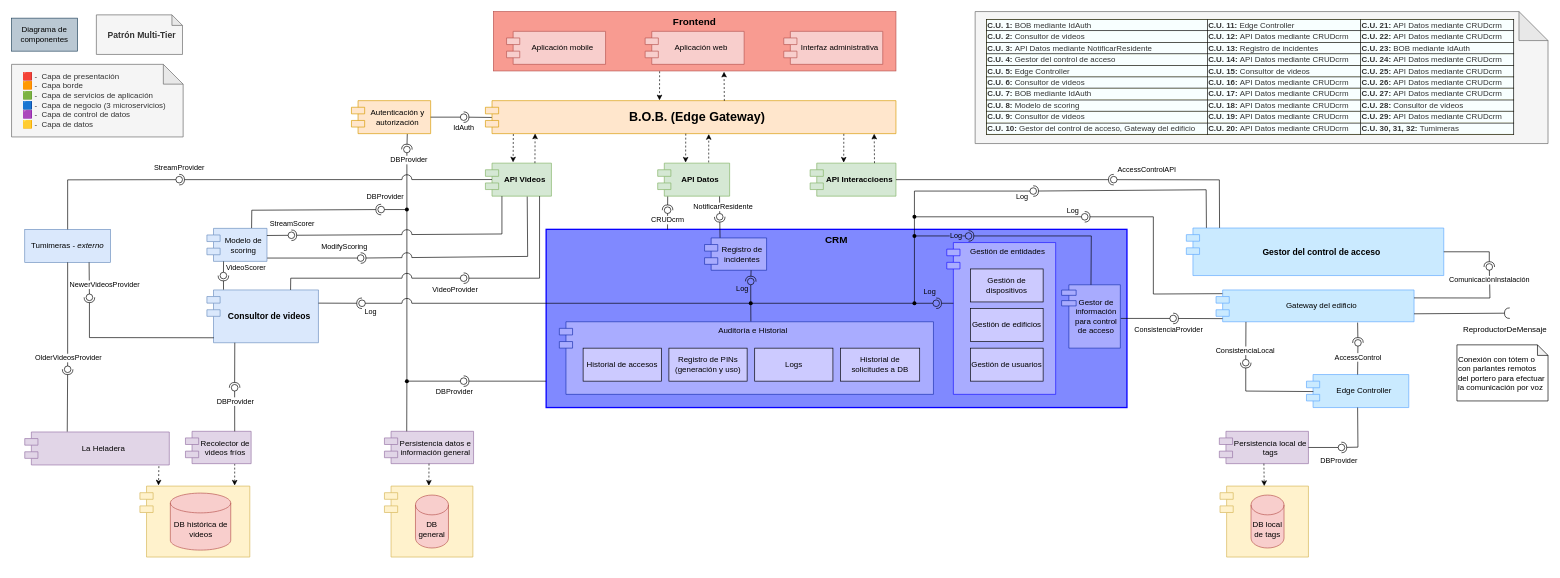
Earlier version of the draw.io diagram Documentación de la arquitectura/Diagramas/Editables-drawio/Diagrama-de-componentes.drawio (LIMoreno04/Caso-de-estudio---WolfSys---Arquitectura). Source tidied: cells renumbered, new cells numbered last; positions are measured from the earlier drawing's top-left corner, leaving out a move shared by most shapes. Both pictures are drawn from the tidied source at 66%, with x=0, y=0 at pixel (11, 11).
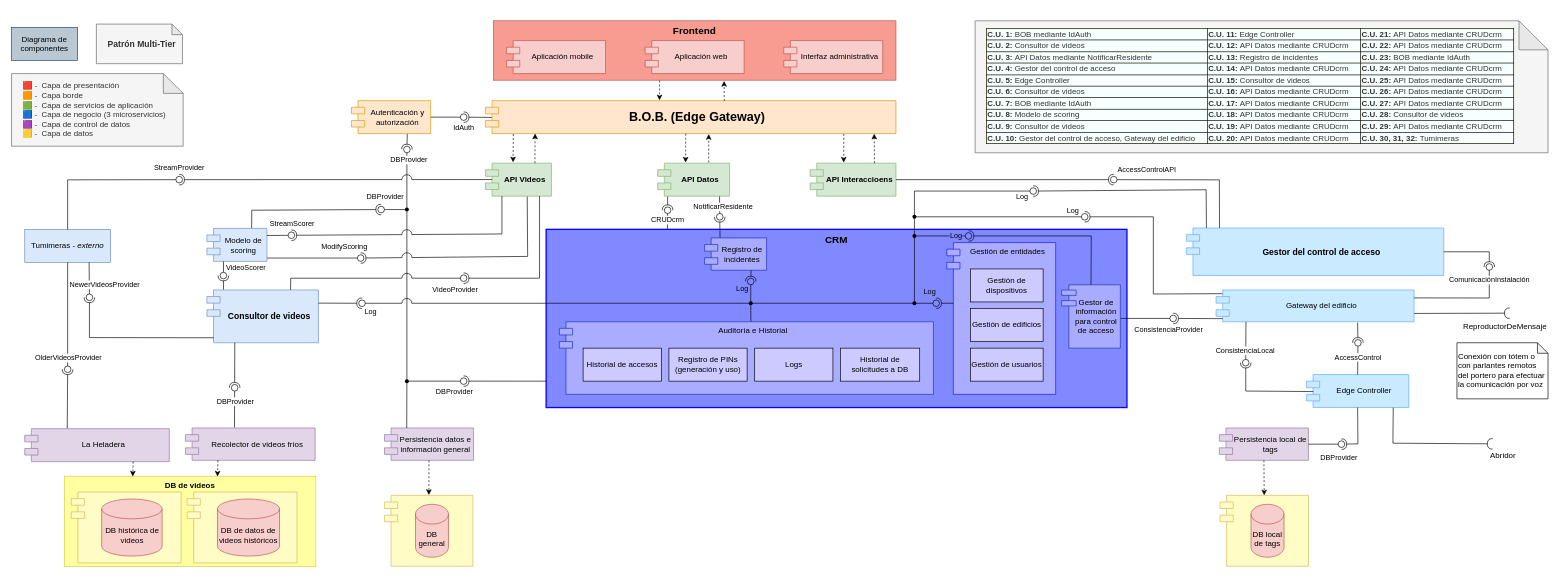
Above is the later version.

Commit message (it also covers changes not shown here):
Diagrama de despliegue casi terminado

The change refers to these unchanged cells:
```xml
<mxCell id="113" style="ellipse;whiteSpace=wrap;html=1;align=center;fillColor=none;strokeColor=none;perimeter=centerPerimeter;points=[];outlineConnect=1;" parent="1" vertex="1">
  <mxGeometry x="333" y="565" width="10" height="10" as="geometry" />
</mxCell>
<mxCell id="116" value="Gateway del edificio" style="shape=module;align=left;spacingLeft=20;align=center;verticalAlign=middle;whiteSpace=wrap;html=1;fillColor=#CAEAFF;strokeColor=#5DA8FF;" parent="1" vertex="1">
  <mxGeometry x="1825" y="421.8" width="300" height="48.2" as="geometry" />
</mxCell>
<mxCell id="117" value="Edge Controller" style="shape=module;align=left;spacingLeft=20;align=center;verticalAlign=middle;whiteSpace=wrap;html=1;fillColor=#CAEAFF;strokeColor=#5DA8FF;" parent="1" vertex="1">
  <mxGeometry x="1962" y="550" width="155" height="50" as="geometry" />
</mxCell>
<mxCell id="134" style="ellipse;whiteSpace=wrap;html=1;align=center;fillColor=none;strokeColor=none;perimeter=centerPerimeter;points=[];outlineConnect=1;" parent="1" vertex="1">
  <mxGeometry x="2234" y="382" width="10" height="10" as="geometry" />
</mxCell>
```

The edit, as a diff of the source:
```diff
@@
+    <mxCell id="184" value="&lt;b&gt;DB de videos&lt;/b&gt;" style="rounded=0;whiteSpace=wrap;html=1;fillColor=#FFFFA1;strokeColor=#D6CC47;align=center;verticalAlign=top;" parent="1" vertex="1">
+      <mxGeometry x="80" y="704" width="381" height="137" as="geometry" />
+    </mxCell>
@@
     <mxCell id="7" value="Frontend" style="rounded=0;whiteSpace=wrap;html=1;align=center;verticalAlign=top;fontStyle=1;fontSize=15;fillColor=#F89B91;strokeColor=#b85450;" parent="1" vertex="1">
-      <mxGeometry x="730" width="610" height="90" as="geometry" />
+      <mxGeometry x="730" y="14" width="610" height="90" as="geometry" />
     </mxCell>
     <mxCell id="8" value="Interfaz administrativa" style="shape=module;align=left;spacingLeft=20;align=center;verticalAlign=middle;whiteSpace=wrap;html=1;fillColor=#f8cecc;strokeColor=#b85450;" parent="1" vertex="1">
-      <mxGeometry x="1170" y="30" width="150" height="50" as="geometry" />
+      <mxGeometry x="1170" y="44" width="150" height="50" as="geometry" />
     </mxCell>
@@
     <mxCell id="20" style="group;" parent="1" vertex="1">
-      <mxGeometry x="565" y="719" width="134" height="107.5" as="geometry" />
+      <mxGeometry x="565" y="733" width="134" height="107.5" as="geometry" />
     </mxCell>
-    <mxCell id="21" style="shape=module;align=left;spacingLeft=20;align=center;verticalAlign=top;whiteSpace=wrap;html=1;fillColor=#fff2cc;strokeColor=#d6b656;" parent="20" vertex="1">
+    <mxCell id="21" style="shape=module;align=left;spacingLeft=20;align=center;verticalAlign=top;whiteSpace=wrap;html=1;fillColor=#FFFDC5;strokeColor=#d6b656;" parent="20" vertex="1">
       <mxGeometry width="134" height="107.5" as="geometry" />
     </mxCell>
@@
     <mxCell id="33" style="group;" parent="1" vertex="1">
-      <mxGeometry x="194.5" y="719" width="166.5" height="107.5" as="geometry" />
+      <mxGeometry x="90.5" y="728" width="166.5" height="107.5" as="geometry" />
     </mxCell>
-    <mxCell id="34" style="shape=module;align=left;spacingLeft=20;align=center;verticalAlign=top;whiteSpace=wrap;html=1;fillColor=#fff2cc;strokeColor=#d6b656;" parent="33" vertex="1">
+    <mxCell id="34" style="shape=module;align=left;spacingLeft=20;align=center;verticalAlign=top;whiteSpace=wrap;html=1;fillColor=light-dark(#fffdc5, #281d00);strokeColor=#d6b656;" parent="33" vertex="1">
       <mxGeometry width="166.5" height="107.5" as="geometry" />
     </mxCell>
@@
     <mxCell id="36" value="La Heladera" style="shape=module;align=left;spacingLeft=20;align=center;verticalAlign=middle;whiteSpace=wrap;html=1;fillColor=#e1d5e7;strokeColor=#9673a6;" parent="1" vertex="1">
-      <mxGeometry x="20" y="637" width="219" height="50" as="geometry" />
+      <mxGeometry x="20" y="632" width="219" height="50" as="geometry" />
     </mxCell>
@@
     <mxCell id="48" value="Persistencia datos e información general" style="shape=module;align=left;spacingLeft=20;align=center;verticalAlign=middle;whiteSpace=wrap;html=1;fillColor=#e1d5e7;strokeColor=#9673a6;" parent="1" vertex="1">
-      <mxGeometry x="565" y="636" width="135" height="49" as="geometry" />
+      <mxGeometry x="565" y="631" width="135" height="49" as="geometry" />
     </mxCell>
@@
     <mxCell id="50" value="Aplicación web" style="shape=module;align=left;spacingLeft=20;align=center;verticalAlign=middle;whiteSpace=wrap;html=1;fillColor=#f8cecc;strokeColor=#b85450;" parent="1" vertex="1">
-      <mxGeometry x="960" y="30" width="150" height="50" as="geometry" />
+      <mxGeometry x="960" y="44" width="150" height="50" as="geometry" />
     </mxCell>
     <mxCell id="51" value="Aplicación mobile" style="shape=module;align=left;spacingLeft=20;align=center;verticalAlign=middle;whiteSpace=wrap;html=1;fillColor=#f8cecc;strokeColor=#b85450;" parent="1" vertex="1">
-      <mxGeometry x="750" y="30" width="150" height="50" as="geometry" />
+      <mxGeometry x="750" y="44" width="150" height="50" as="geometry" />
     </mxCell>
@@
-    <mxCell id="73" style="endArrow=classic;html=1;rounded=0;exitX=0.75;exitY=1;exitDx=0;exitDy=0;entryX=0.862;entryY=-0.007;entryDx=0;entryDy=0;dashed=1;entryPerimeter=0;" parent="1" edge="1" source="110" target="34">
-      <mxGeometry relative="1" as="geometry" />
-    </mxCell>
-    <mxCell id="74" style="endArrow=classic;html=1;rounded=0;exitX=0.928;exitY=1.036;exitDx=0;exitDy=0;entryX=0.169;entryY=-0.009;entryDx=0;entryDy=0;dashed=1;exitPerimeter=0;entryPerimeter=0;" parent="1" edge="1" source="36" target="34">
-      <mxGeometry relative="1" as="geometry" />
-    </mxCell>
@@
     <mxCell id="110" value="Recolector de videos fríos" style="shape=module;align=left;spacingLeft=20;align=center;verticalAlign=middle;whiteSpace=wrap;html=1;fillColor=#e1d5e7;strokeColor=#9673a6;" parent="1" vertex="1">
-      <mxGeometry x="263.5" y="636" width="99.5" height="49" as="geometry" />
+      <mxGeometry x="263.5" y="631" width="196.5" height="49" as="geometry" />
     </mxCell>
@@
-    <mxCell id="112" style="rounded=0;jettySize=auto;html=1;endArrow=oval;endFill=0;sketch=0;sourcePerimeterSpacing=0;targetPerimeterSpacing=0;endSize=10;exitX=0.75;exitY=0;exitDx=0;exitDy=0;" parent="1" edge="1" source="110" target="113">
+    <mxCell id="112" style="rounded=0;jettySize=auto;html=1;endArrow=oval;endFill=0;sketch=0;sourcePerimeterSpacing=0;targetPerimeterSpacing=0;endSize=10;exitX=0.378;exitY=-0.017;exitDx=0;exitDy=0;exitPerimeter=0;" parent="1" edge="1" source="110" target="113">
       <mxGeometry relative="1" as="geometry" />
     </mxCell>
@@
     <mxCell id="115" value="&lt;table style=&quot;border: 1px solid rgb(0, 0, 0); border-collapse: collapse; background-color: rgb(255, 255, 153);&quot; border=&quot;1&quot;&gt;&lt;tbody&gt;&lt;tr&gt;&lt;td style=&quot;border-collapse: collapse; border-color: rgb(0, 0, 0); background-color: light-dark(rgb(248, 255, 255), rgb(31, 31, 0));&quot; border=&quot;1&quot;&gt;&lt;span style=&quot;&quot;&gt;&lt;b style=&quot;&quot;&gt;C.U. 1&lt;span style=&quot;&quot;&gt;:&lt;/span&gt;&lt;/b&gt;&lt;span style=&quot;&quot;&gt;&amp;nbsp;BOB mediante IdAuth&lt;/span&gt;&lt;/span&gt;&lt;/td&gt;&lt;td style=&quot;background-color: light-dark(rgb(248, 255, 255), rgb(31, 31, 0));&quot;&gt;&lt;span style=&quot;&quot;&gt;&lt;b style=&quot;&quot;&gt;C.U. 11:&lt;/b&gt;&lt;span&gt;&amp;nbsp;Edge Controller&lt;/span&gt;&lt;/span&gt;&lt;/td&gt;&lt;td style=&quot;background-color: light-dark(rgb(248, 255, 255), rgb(31, 31, 0));&quot;&gt;&lt;span style=&quot;&quot;&gt;&lt;span&gt;&lt;b style=&quot;&quot;&gt;C.U&lt;span style=&quot;&quot;&gt;. 21:&amp;nbsp;&lt;/span&gt;&lt;/b&gt;&lt;span&gt;API Datos mediante CRUDc&lt;/span&gt;&lt;span style=&quot;&quot;&gt;r&lt;/span&gt;m&amp;nbsp; &lt;/span&gt;&amp;nbsp; &amp;nbsp;&lt;/span&gt;&lt;/td&gt;&lt;/tr&gt;&lt;tr&gt;&lt;td style=&quot;background-color: light-dark(rgb(248, 255, 255), rgb(31, 31, 0));&quot;&gt;&lt;span style=&quot;&quot;&gt;&lt;b&gt;C.U. 2:&lt;/b&gt;&amp;nbsp;Consultor de videos&lt;/span&gt;&lt;/td&gt;&lt;td style=&quot;background-color: light-dark(rgb(248, 255, 255), rgb(31, 31, 0));&quot;&gt;&lt;span style=&quot;&quot;&gt;&lt;b&gt;C.U. 12:&lt;/b&gt;&lt;span&gt;&amp;nbsp;&lt;/span&gt;&lt;span&gt;API Datos mediante CRUDcrm&amp;nbsp; &amp;nbsp; &amp;nbsp;&lt;/span&gt;&lt;/span&gt;&lt;/td&gt;&lt;td style=&quot;background-color: light-dark(rgb(248, 255, 255), rgb(31, 31, 0));&quot;&gt;&lt;span style=&quot;&quot;&gt;&lt;b style=&quot;&quot;&gt;C.U. 22:&lt;/b&gt;&amp;nbsp;&lt;span&gt;API Datos mediante CRUDcrm&lt;/span&gt;&lt;/span&gt;&lt;/td&gt;&lt;/tr&gt;&lt;tr&gt;&lt;td style=&quot;background-color: light-dark(rgb(248, 255, 255), rgb(31, 31, 0));&quot;&gt;&lt;span style=&quot;&quot;&gt;&lt;b&gt;C.U. 3:&lt;/b&gt;&amp;nbsp;API Datos mediante &lt;span&gt;NotificarResidente&lt;/span&gt;&lt;/span&gt;&lt;/td&gt;&lt;td style=&quot;background-color: light-dark(rgb(248, 255, 255), rgb(31, 31, 0));&quot;&gt;&lt;span style=&quot;&quot;&gt;&lt;b&gt;C.U. 13:&lt;/b&gt;&lt;span&gt;&amp;nbsp;Registro de incidentes&lt;/span&gt;&lt;/span&gt;&lt;/td&gt;&lt;td style=&quot;background-color: light-dark(rgb(248, 255, 255), rgb(31, 31, 0));&quot;&gt;&lt;span style=&quot;&quot;&gt;&lt;b style=&quot;&quot;&gt;C.U. 23:&lt;/b&gt;&amp;nbsp;&lt;span&gt;BOB mediante IdAuth&lt;/span&gt;&lt;/span&gt;&lt;/td&gt;&lt;/tr&gt;&lt;tr&gt;&lt;td style=&quot;background-color: light-dark(rgb(248, 255, 255), rgb(31, 31, 0));&quot;&gt;&lt;span style=&quot;&quot;&gt;&lt;b&gt;C.U. 4:&lt;/b&gt;&amp;nbsp;Gestor del control de acceso&lt;/span&gt;&lt;/td&gt;&lt;td style=&quot;border-collapse: collapse; background-color: light-dark(rgb(248, 255, 255), rgb(31, 31, 0));&quot; border=&quot;1&quot;&gt;&lt;span style=&quot;&quot;&gt;&lt;b&gt;C.U. 14:&lt;/b&gt;&lt;span&gt;&amp;nbsp;API Datos mediante CRUDcrm&lt;/span&gt;&lt;/span&gt;&lt;/td&gt;&lt;td style=&quot;background-color: light-dark(rgb(248, 255, 255), rgb(31, 31, 0));&quot;&gt;&lt;span style=&quot;&quot;&gt;&lt;b style=&quot;&quot;&gt;C.U. 24:&lt;/b&gt;&amp;nbsp;&lt;span&gt;API Datos mediante CRUDcrm&lt;/span&gt;&lt;/span&gt;&lt;/td&gt;&lt;/tr&gt;&lt;tr&gt;&lt;td style=&quot;background-color: light-dark(rgb(248, 255, 255), rgb(31, 31, 0));&quot;&gt;&lt;span style=&quot;&quot;&gt;&lt;b&gt;C.U. 5:&lt;/b&gt;&amp;nbsp;Edge Controller&lt;/span&gt;&lt;/td&gt;&lt;td style=&quot;background-color: light-dark(rgb(248, 255, 255), rgb(31, 31, 0));&quot;&gt;&lt;span style=&quot;&quot;&gt;&lt;b&gt;C.U. 15:&lt;/b&gt;&lt;span&gt;&amp;nbsp;Consultor de videos&lt;/span&gt;&lt;/span&gt;&lt;/td&gt;&lt;td style=&quot;background-color: light-dark(rgb(248, 255, 255), rgb(31, 31, 0));&quot;&gt;&lt;span style=&quot;&quot;&gt;&lt;b style=&quot;&quot;&gt;C.U. 25:&lt;/b&gt;&amp;nbsp;&lt;span&gt;API Datos mediante CRUDcrm&lt;/span&gt;&lt;/span&gt;&lt;/td&gt;&lt;/tr&gt;&lt;tr&gt;&lt;td style=&quot;background-color: light-dark(rgb(248, 255, 255), rgb(31, 31, 0));&quot;&gt;&lt;span style=&quot;&quot;&gt;&lt;b&gt;C.U. 6:&lt;/b&gt;&amp;nbsp;Consultor de videos&lt;/span&gt;&lt;/td&gt;&lt;td style=&quot;background-color: light-dark(rgb(248, 255, 255), rgb(31, 31, 0));&quot;&gt;&lt;span style=&quot;&quot;&gt;&lt;b&gt;C.U. 16:&lt;/b&gt;&lt;span&gt;&amp;nbsp;API Datos mediante CRUDcrm&lt;/span&gt;&lt;/span&gt;&lt;/td&gt;&lt;td style=&quot;background-color: light-dark(rgb(248, 255, 255), rgb(31, 31, 0));&quot;&gt;&lt;span style=&quot;&quot;&gt;&lt;b style=&quot;&quot;&gt;C.U. 26:&lt;/b&gt;&amp;nbsp;&lt;span&gt;API Datos mediante CRUDcrm&lt;/span&gt;&lt;/span&gt;&lt;/td&gt;&lt;/tr&gt;&lt;tr&gt;&lt;td style=&quot;background-color: light-dark(rgb(248, 255, 255), rgb(31, 31, 0));&quot;&gt;&lt;span style=&quot;&quot;&gt;&lt;b&gt;C.U. 7:&lt;/b&gt;&amp;nbsp;&lt;span&gt;BOB mediante IdAuth&lt;/span&gt;&lt;/span&gt;&lt;/td&gt;&lt;td style=&quot;background-color: light-dark(rgb(248, 255, 255), rgb(31, 31, 0));&quot;&gt;&lt;span style=&quot;&quot;&gt;&lt;b&gt;C.U. 17:&lt;/b&gt;&lt;span&gt;&amp;nbsp;API Datos mediante CRUDcrm&lt;/span&gt;&lt;/span&gt;&lt;/td&gt;&lt;td style=&quot;background-color: light-dark(rgb(248, 255, 255), rgb(31, 31, 0));&quot;&gt;&lt;span style=&quot;&quot;&gt;&lt;b style=&quot;&quot;&gt;C.U. 27:&lt;/b&gt;&amp;nbsp;&lt;span&gt;API Datos mediante CRUDcrm&lt;/span&gt;&lt;/span&gt;&lt;/td&gt;&lt;/tr&gt;&lt;tr&gt;&lt;td style=&quot;background-color: light-dark(rgb(248, 255, 255), rgb(31, 31, 0));&quot;&gt;&lt;span style=&quot;&quot;&gt;&lt;b&gt;C.U. 8:&lt;/b&gt;&amp;nbsp;Modelo de scoring&lt;/span&gt;&lt;/td&gt;&lt;td style=&quot;background-color: light-dark(rgb(248, 255, 255), rgb(31, 31, 0));&quot;&gt;&lt;span style=&quot;&quot;&gt;&lt;b&gt;C.U. 18:&lt;/b&gt;&lt;span&gt;&amp;nbsp;&lt;/span&gt;&lt;span&gt;API Datos mediante CRUDcrm&lt;/span&gt;&lt;/span&gt;&lt;/td&gt;&lt;td style=&quot;background-color: light-dark(rgb(248, 255, 255), rgb(31, 31, 0));&quot;&gt;&lt;span style=&quot;&quot;&gt;&lt;b style=&quot;&quot;&gt;C.U. 28:&lt;/b&gt;&amp;nbsp;Consultor de videos&lt;/span&gt;&lt;/td&gt;&lt;/tr&gt;&lt;tr&gt;&lt;td style=&quot;background-color: light-dark(rgb(248, 255, 255), rgb(31, 31, 0));&quot;&gt;&lt;span style=&quot;&quot;&gt;&lt;b&gt;C.U. 9:&lt;/b&gt;&amp;nbsp;Consultor de videos&lt;/span&gt;&lt;/td&gt;&lt;td style=&quot;background-color: light-dark(rgb(248, 255, 255), rgb(31, 31, 0));&quot;&gt;&lt;span style=&quot;&quot;&gt;&lt;b&gt;C.U. 19:&lt;/b&gt;&lt;span&gt;&amp;nbsp;&lt;/span&gt;&lt;span&gt;API Datos mediante CRUDcrm&lt;/span&gt;&lt;/span&gt;&lt;/td&gt;&lt;td style=&quot;background-color: light-dark(rgb(248, 255, 255), rgb(31, 31, 0));&quot;&gt;&lt;span style=&quot;&quot;&gt;&lt;b style=&quot;&quot;&gt;C.U. 29:&lt;/b&gt;&amp;nbsp;&lt;span&gt;API Datos mediante CRUDcrm&lt;/span&gt;&lt;/span&gt;&lt;/td&gt;&lt;/tr&gt;&lt;tr&gt;&lt;td style=&quot;background-color: light-dark(rgb(248, 255, 255), rgb(31, 31, 0));&quot;&gt;&lt;span style=&quot;&quot;&gt;&lt;b&gt;C.U. 10:&lt;/b&gt;&amp;nbsp;Gestor del control de acceso, Gateway del edificio&amp;nbsp; &amp;nbsp; &amp;nbsp;&lt;/span&gt;&lt;/td&gt;&lt;td style=&quot;background-color: light-dark(rgb(248, 255, 255), rgb(31, 31, 0));&quot;&gt;&lt;span style=&quot;&quot;&gt;&lt;b&gt;C.U. 20:&lt;/b&gt;&lt;span&gt;&amp;nbsp;&lt;/span&gt;&lt;span&gt;API Datos mediante CRUDcrm&lt;/span&gt;&lt;/span&gt;&lt;/td&gt;&lt;td style=&quot;background-color: light-dark(rgb(248, 255, 255), rgb(31, 31, 0));&quot;&gt;&lt;span style=&quot;&quot;&gt;&lt;b style=&quot;&quot;&gt;C.U. 30, 31, 32:&lt;/b&gt;&amp;nbsp;Tumimeras&lt;/span&gt;&lt;/td&gt;&lt;/tr&gt;&lt;/tbody&gt;&lt;/table&gt;" style="shape=note;whiteSpace=wrap;html=1;backgroundOutline=1;darkOpacity=0.05;align=left;verticalAlign=top;spacing=7;spacingLeft=10;fillColor=#f5f5f5;fontColor=#333333;strokeColor=#666666;size=44;" parent="1" vertex="1">
-      <mxGeometry x="1460" width="868" height="200" as="geometry" />
+      <mxGeometry x="1460" y="14" width="868" height="200" as="geometry" />
     </mxCell>
@@
     <mxCell id="118" style="group;" parent="1" vertex="1">
-      <mxGeometry x="1831" y="719" width="134" height="107.5" as="geometry" />
+      <mxGeometry x="1831" y="733" width="134" height="107.5" as="geometry" />
     </mxCell>
-    <mxCell id="119" style="shape=module;align=left;spacingLeft=20;align=center;verticalAlign=top;whiteSpace=wrap;html=1;fillColor=#fff2cc;strokeColor=#d6b656;" parent="118" vertex="1">
+    <mxCell id="119" style="shape=module;align=left;spacingLeft=20;align=center;verticalAlign=top;whiteSpace=wrap;html=1;fillColor=light-dark(#fffdc5, #281d00);strokeColor=#d6b656;" parent="118" vertex="1">
       <mxGeometry width="134" height="107.5" as="geometry" />
     </mxCell>
@@
     <mxCell id="121" value="Persistencia local de tags" style="shape=module;align=left;spacingLeft=20;align=center;verticalAlign=middle;whiteSpace=wrap;html=1;fillColor=#e1d5e7;strokeColor=#9673a6;" parent="1" vertex="1">
-      <mxGeometry x="1830" y="636" width="135" height="49" as="geometry" />
+      <mxGeometry x="1830" y="631" width="135" height="49" as="geometry" />
     </mxCell>
@@
     <mxCell id="132" style="rounded=0;jettySize=auto;html=1;endArrow=oval;endFill=0;sketch=0;sourcePerimeterSpacing=0;targetPerimeterSpacing=0;endSize=10;exitX=1;exitY=0.25;exitDx=0;exitDy=0;" parent="1" edge="1" source="116" target="134">
       <mxGeometry relative="1" as="geometry">
         <Array as="points">
-          <mxPoint x="2240" y="434" />
+          <mxPoint x="2239" y="434" />
         </Array>
       </mxGeometry>
     </mxCell>
@@
     <mxCell id="139" style="rounded=0;jettySize=auto;html=1;endArrow=halfCircle;endFill=0;endSize=6;strokeWidth=1;sketch=0;exitX=0.5;exitY=1;exitDx=0;exitDy=0;" parent="1" edge="1" source="117" target="142">
       <mxGeometry relative="1" as="geometry">
         <Array as="points">
-          <mxPoint x="2040" y="660" />
+          <mxPoint x="2040" y="655" />
         </Array>
       </mxGeometry>
     </mxCell>
@@
     <mxCell id="142" style="ellipse;whiteSpace=wrap;html=1;align=center;fillColor=none;strokeColor=none;perimeter=centerPerimeter;points=[];outlineConnect=1;" parent="1" vertex="1">
-      <mxGeometry x="2010" y="655.5" width="10" height="10" as="geometry" />
+      <mxGeometry x="2010" y="650.5" width="10" height="10" as="geometry" />
     </mxCell>
@@
     <mxCell id="157" value="Diagrama de componentes" style="rounded=0;whiteSpace=wrap;html=1;fillColor=#bac8d3;strokeColor=#23445d;" parent="1" vertex="1">
-      <mxGeometry y="10" width="100" height="50" as="geometry" />
+      <mxGeometry y="24" width="100" height="50" as="geometry" />
     </mxCell>
     <mxCell id="158" value="🟥 -&amp;nbsp; Capa de presentación&lt;div&gt;🟧 -&amp;nbsp; Capa borde&lt;/div&gt;&lt;div&gt;&lt;span style=&quot;background-color: transparent; color: light-dark(rgb(51, 51, 51), rgb(193, 193, 193));&quot;&gt;🟩&lt;/span&gt;&amp;nbsp;-&amp;nbsp; Capa de servicios de aplicación&lt;/div&gt;&lt;div&gt;&lt;span style=&quot;background-color: transparent; color: light-dark(rgb(51, 51, 51), rgb(193, 193, 193));&quot;&gt;🟦 -&amp;nbsp; Capa de negocio (3 microservicios)&lt;/span&gt;&lt;/div&gt;&lt;div&gt;🟪 -&amp;nbsp; Capa de control de datos&lt;/div&gt;&lt;div&gt;🟨 -&amp;nbsp; Capa de datos&lt;/div&gt;" style="shape=note;whiteSpace=wrap;html=1;backgroundOutline=1;darkOpacity=0.05;align=left;verticalAlign=top;spacing=7;spacingLeft=10;fillColor=#f5f5f5;fontColor=#333333;strokeColor=#666666;" parent="1" vertex="1">
-      <mxGeometry y="80" width="260" height="110" as="geometry" />
+      <mxGeometry y="94" width="260" height="110" as="geometry" />
     </mxCell>
     <mxCell id="159" value="Patrón Multi-Tier" style="shape=note;whiteSpace=wrap;html=1;backgroundOutline=1;darkOpacity=0.05;align=left;verticalAlign=middle;spacing=7;spacingLeft=10;fillColor=#f5f5f5;fontColor=#333333;strokeColor=#666666;fontStyle=1;fontSize=13;size=16;" parent="1" vertex="1">
-      <mxGeometry x="128.5" y="5" width="130.5" height="60" as="geometry" />
+      <mxGeometry x="128.5" y="19" width="130.5" height="60" as="geometry" />
     </mxCell>
-    <mxCell id="160" style="rounded=0;jettySize=auto;html=1;endArrow=halfCircle;endFill=0;endSize=6;strokeWidth=1;sketch=0;exitX=1;exitY=0.75;exitDx=0;exitDy=0;" parent="1" edge="1" source="116">
+    <mxCell id="160" style="rounded=0;jettySize=auto;html=1;endArrow=halfCircle;endFill=0;endSize=6;strokeWidth=1;sketch=0;exitX=1.001;exitY=0.739;exitDx=0;exitDy=0;exitPerimeter=0;" parent="1" edge="1" source="116">
       <mxGeometry relative="1" as="geometry">
         <mxPoint x="2270" y="457" as="targetPoint" />
       </mxGeometry>
     </mxCell>
@@
     <mxCell id="162" value="ReproductorDeMensaje" style="text;html=1;align=center;verticalAlign=middle;whiteSpace=wrap;rounded=0;" parent="1" vertex="1">
-      <mxGeometry x="2198" y="467" width="130" height="30" as="geometry" />
+      <mxGeometry x="2198" y="462" width="130" height="30" as="geometry" />
     </mxCell>
     <mxCell id="163" value="Conexión con tótem o con parlantes remotos del portero para efectuar la comunicación por voz" style="shape=note;whiteSpace=wrap;html=1;backgroundOutline=1;darkOpacity=0.05;align=left;size=16;" parent="1" vertex="1">
-      <mxGeometry x="2190" y="505" width="138" height="85" as="geometry" />
+      <mxGeometry x="2190" y="501.8" width="138" height="85" as="geometry" />
     </mxCell>
@@
+    <mxCell id="185" style="group;" parent="1" vertex="1">
+      <mxGeometry x="266" y="728" width="166.5" height="107.5" as="geometry" />
+    </mxCell>
+    <mxCell id="186" style="shape=module;align=left;spacingLeft=20;align=center;verticalAlign=top;whiteSpace=wrap;html=1;fillColor=light-dark(#fffdc5, #231c00);strokeColor=#d6b656;" parent="185" vertex="1">
+      <mxGeometry width="166.5" height="107.5" as="geometry" />
+    </mxCell>
+    <mxCell id="187" value="DB de datos de videos históricos" style="shape=cylinder3;whiteSpace=wrap;html=1;boundedLbl=1;backgroundOutline=1;size=15;fillColor=#f8cecc;strokeColor=#b85450;" parent="185" vertex="1">
+      <mxGeometry x="46" y="10.6" width="94" height="86.4" as="geometry" />
+    </mxCell>
+    <mxCell id="188" style="rounded=0;jettySize=auto;html=1;endArrow=halfCircle;endFill=0;endSize=6;strokeWidth=1;sketch=0;exitX=0.848;exitY=1.006;exitDx=0;exitDy=0;exitPerimeter=0;" parent="1" edge="1" source="117">
+      <mxGeometry relative="1" as="geometry">
+        <mxPoint x="2244" y="655" as="targetPoint" />
+        <Array as="points">
+          <mxPoint x="2093" y="654" />
+        </Array>
+      </mxGeometry>
+    </mxCell>
+    <mxCell id="189" value="Abridor" style="text;html=1;align=center;verticalAlign=middle;whiteSpace=wrap;rounded=0;" parent="1" vertex="1">
+      <mxGeometry x="2222" y="658" width="76" height="30" as="geometry" />
+    </mxCell>
+    <mxCell id="190" style="endArrow=classic;html=1;rounded=0;exitX=0.75;exitY=1;exitDx=0;exitDy=0;entryX=0.272;entryY=0.004;entryDx=0;entryDy=0;dashed=1;entryPerimeter=0;" parent="1" edge="1" source="36" target="184">
+      <mxGeometry relative="1" as="geometry" />
+    </mxCell>
+    <mxCell id="191" style="endArrow=classic;html=1;rounded=0;exitX=0.25;exitY=1;exitDx=0;exitDy=0;entryX=0.609;entryY=0.004;entryDx=0;entryDy=0;dashed=1;entryPerimeter=0;" parent="1" edge="1" source="110" target="184">
+      <mxGeometry relative="1" as="geometry" />
+    </mxCell>
```
